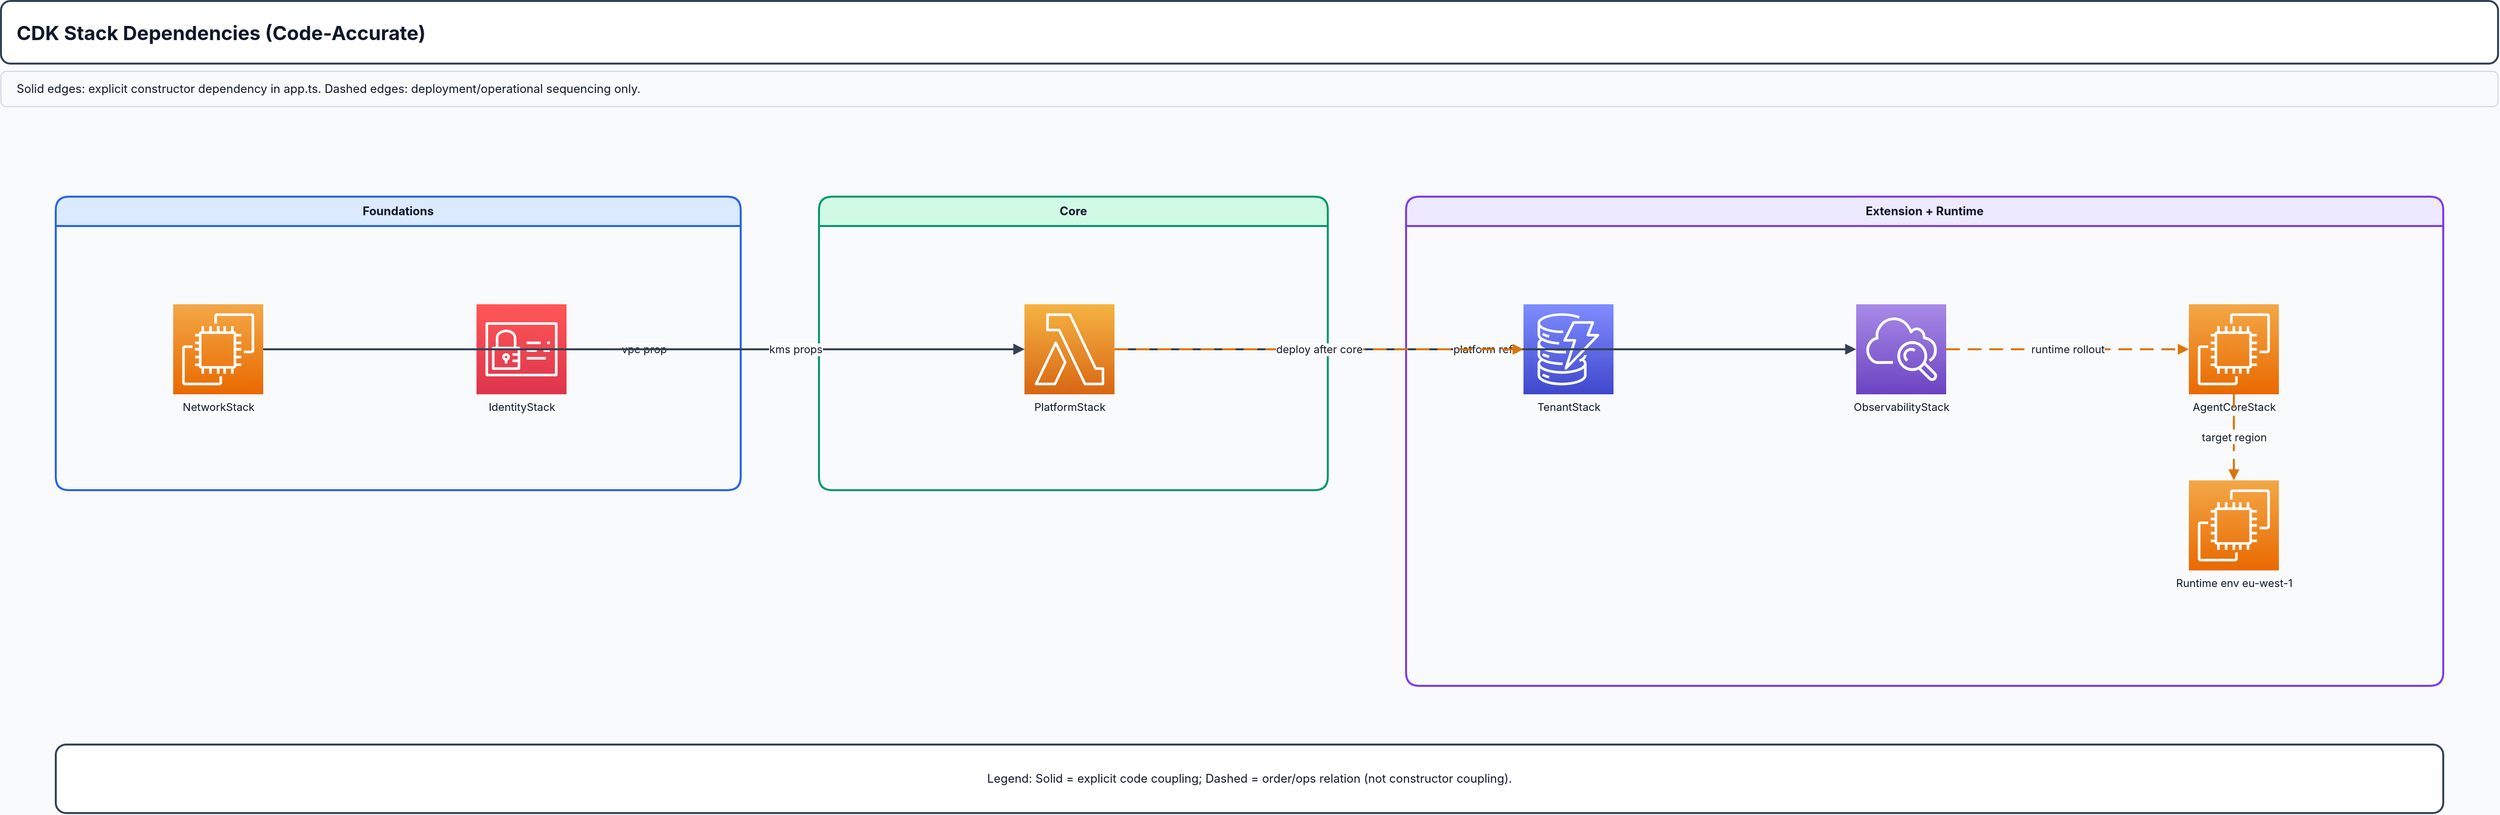
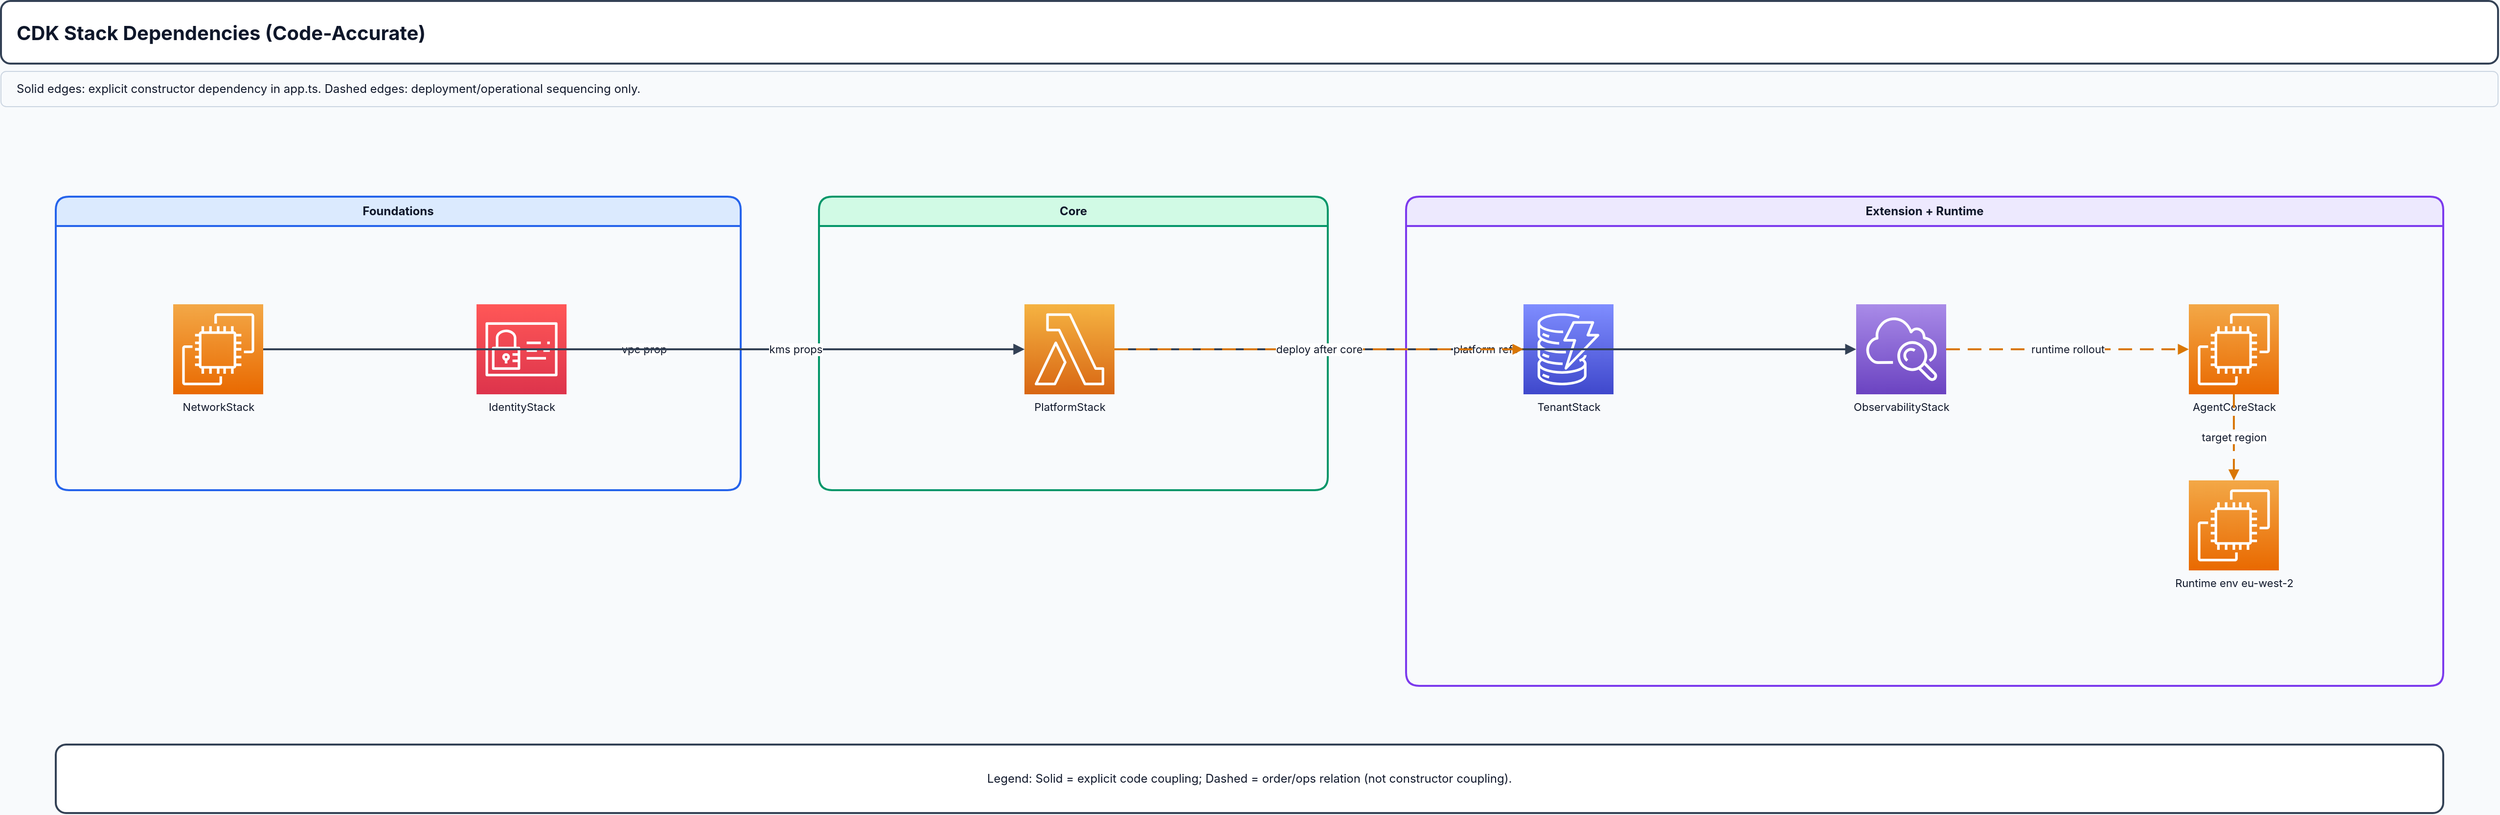
<?xml version="1.0" ?>
<mxfile host="app.diagrams.net" modified="2026-03-08T00:00:00.000Z" agent="Codex" version="26.0.0" compressed="false">
  <diagram id="tf_acore_aas_cdk_stack_dependencies" name="tf_acore_aas_cdk_stack_dependencies">
    <mxGraphModel dx="2200" dy="1400" grid="1" gridSize="8" guides="1" tooltips="1" connect="1" arrows="1" fold="1" page="1" pageScale="1" pageWidth="2600" pageHeight="1400" math="0" shadow="0" background="#F8FAFC">
      <root>
        <mxCell id="0"/>
        <mxCell id="1" parent="0"/>
        <mxCell id="t" value="CDK Stack Dependencies (Code-Accurate)" style="rounded=1;whiteSpace=wrap;html=1;fillColor=#FFFFFF;strokeColor=#334155;strokeWidth=2;fontStyle=1;fontSize=20;align=left;spacingLeft=14;fontFamily=Inter;fontColor=#0F172A;" vertex="1" parent="1">
          <mxGeometry x="24" y="20" width="2552" height="64" as="geometry"/>
        </mxCell>
        <mxCell id="s" value="Solid edges: explicit constructor dependency in app.ts. Dashed edges: deployment/operational sequencing only." style="rounded=1;whiteSpace=wrap;html=1;fillColor=#F8FAFC;strokeColor=#CBD5E1;fontSize=12;align=left;spacingLeft=14;fontFamily=Inter;fontColor=#0F172A;" vertex="1" parent="1">
          <mxGeometry x="24" y="92" width="2552" height="36" as="geometry"/>
        </mxCell>
        <mxCell id="foundation" value="Foundations" style="swimlane;startSize=30;rounded=1;whiteSpace=wrap;html=1;fillColor=#DBEAFE;strokeColor=#2563EB;strokeWidth=2;fontStyle=1;fontFamily=Inter;fontColor=#0F172A;" vertex="1" parent="1">
          <mxGeometry x="80" y="220" width="700" height="300" as="geometry"/>
        </mxCell>
        <mxCell id="network" value="NetworkStack" style="sketch=0;outlineConnect=0;fontColor=#1f2937;gradientColor=#F3A847;gradientDirection=north;fillColor=#E96900;strokeColor=#ffffff;dashed=0;verticalLabelPosition=bottom;verticalAlign=top;align=center;html=1;fontSize=11;fontStyle=0;aspect=fixed;shape=mxgraph.aws4.resourceIcon;resIcon=mxgraph.aws4.ec2;fontFamily=Inter;fontColor=#0F172A;" vertex="1" parent="foundation">
          <mxGeometry x="120" y="110" width="92" height="92" as="geometry"/>
        </mxCell>
        <mxCell id="identity" value="IdentityStack" style="sketch=0;outlineConnect=0;fontColor=#1f2937;gradientColor=#FF5757;gradientDirection=north;fillColor=#DD344C;strokeColor=#ffffff;dashed=0;verticalLabelPosition=bottom;verticalAlign=top;align=center;html=1;fontSize=11;fontStyle=0;aspect=fixed;shape=mxgraph.aws4.resourceIcon;resIcon=mxgraph.aws4.identity_and_access_management;fontFamily=Inter;fontColor=#0F172A;" vertex="1" parent="foundation">
          <mxGeometry x="430" y="110" width="92" height="92" as="geometry"/>
        </mxCell>
        <mxCell id="core" value="Core" style="swimlane;startSize=30;rounded=1;whiteSpace=wrap;html=1;fillColor=#D1FAE5;strokeColor=#059669;strokeWidth=2;fontStyle=1;fontFamily=Inter;fontColor=#0F172A;" vertex="1" parent="1">
          <mxGeometry x="860" y="220" width="520" height="300" as="geometry"/>
        </mxCell>
        <mxCell id="platform" value="PlatformStack" style="sketch=0;outlineConnect=0;fontColor=#1f2937;gradientColor=#F5B342;gradientDirection=north;fillColor=#D86613;strokeColor=#ffffff;dashed=0;verticalLabelPosition=bottom;verticalAlign=top;align=center;html=1;fontSize=11;fontStyle=0;aspect=fixed;shape=mxgraph.aws4.resourceIcon;resIcon=mxgraph.aws4.lambda;fontFamily=Inter;fontColor=#0F172A;" vertex="1" parent="core">
          <mxGeometry x="210" y="110" width="92" height="92" as="geometry"/>
        </mxCell>
        <mxCell id="ext" value="Extension + Runtime" style="swimlane;startSize=30;rounded=1;whiteSpace=wrap;html=1;fillColor=#EDE9FE;strokeColor=#7C3AED;strokeWidth=2;fontStyle=1;fontFamily=Inter;fontColor=#0F172A;" vertex="1" parent="1">
          <mxGeometry x="1460" y="220" width="1060" height="500" as="geometry"/>
        </mxCell>
        <mxCell id="tenant" value="TenantStack" style="sketch=0;outlineConnect=0;fontColor=#1f2937;gradientColor=#7F8DFF;gradientDirection=north;fillColor=#3F48CC;strokeColor=#ffffff;dashed=0;verticalLabelPosition=bottom;verticalAlign=top;align=center;html=1;fontSize=11;fontStyle=0;aspect=fixed;shape=mxgraph.aws4.resourceIcon;resIcon=mxgraph.aws4.dynamodb;fontFamily=Inter;fontColor=#0F172A;" vertex="1" parent="ext">
          <mxGeometry x="120" y="110" width="92" height="92" as="geometry"/>
        </mxCell>
        <mxCell id="obs" value="ObservabilityStack" style="sketch=0;outlineConnect=0;fontColor=#1f2937;gradientColor=#A98BE8;gradientDirection=north;fillColor=#6B43C1;strokeColor=#ffffff;dashed=0;verticalLabelPosition=bottom;verticalAlign=top;align=center;html=1;fontSize=11;fontStyle=0;aspect=fixed;shape=mxgraph.aws4.resourceIcon;resIcon=mxgraph.aws4.cloudwatch;fontFamily=Inter;fontColor=#0F172A;" vertex="1" parent="ext">
          <mxGeometry x="460" y="110" width="92" height="92" as="geometry"/>
        </mxCell>
        <mxCell id="agent" value="AgentCoreStack" style="sketch=0;outlineConnect=0;fontColor=#1f2937;gradientColor=#F3A847;gradientDirection=north;fillColor=#E96900;strokeColor=#ffffff;dashed=0;verticalLabelPosition=bottom;verticalAlign=top;align=center;html=1;fontSize=11;fontStyle=0;aspect=fixed;shape=mxgraph.aws4.resourceIcon;resIcon=mxgraph.aws4.ec2;fontFamily=Inter;fontColor=#0F172A;" vertex="1" parent="ext">
          <mxGeometry x="800" y="110" width="92" height="92" as="geometry"/>
        </mxCell>
        <mxCell id="runtime" value="Runtime env
- eu-west-1" style="sketch=0;outlineConnect=0;fontColor=#1f2937;gradientColor=#F3A847;gradientDirection=north;fillColor=#E96900;strokeColor=#ffffff;dashed=0;verticalLabelPosition=bottom;verticalAlign=top;align=center;html=1;fontSize=11;fontStyle=0;aspect=fixed;shape=mxgraph.aws4.resourceIcon;resIcon=mxgraph.aws4.ec2;fontFamily=Inter;fontColor=#0F172A;" vertex="1" parent="ext">
+ eu-west-2" style="sketch=0;outlineConnect=0;fontColor=#1f2937;gradientColor=#F3A847;gradientDirection=north;fillColor=#E96900;strokeColor=#ffffff;dashed=0;verticalLabelPosition=bottom;verticalAlign=top;align=center;html=1;fontSize=11;fontStyle=0;aspect=fixed;shape=mxgraph.aws4.resourceIcon;resIcon=mxgraph.aws4.ec2;fontFamily=Inter;fontColor=#0F172A;" vertex="1" parent="ext">
          <mxGeometry x="800" y="290" width="92" height="92" as="geometry"/>
        </mxCell>
        <mxCell id="legend" value="Legend: Solid = explicit code coupling; Dashed = order/ops relation (not constructor coupling)." style="rounded=1;whiteSpace=wrap;html=1;fillColor=#FFFFFF;strokeColor=#334155;strokeWidth=2;align=center;verticalAlign=middle;fontFamily=Inter;fontColor=#0F172A;" vertex="1" parent="1">
          <mxGeometry x="80" y="780" width="2440" height="70" as="geometry"/>
        </mxCell>
        <mxCell id="e1" value="vpc prop" style="edgeStyle=orthogonalEdgeStyle;rounded=1;html=1;jettySize=auto;endArrow=block;endFill=1;strokeWidth=2;strokeColor=#334155;fontSize=11;fontFamily=Inter;fontColor=#0F172A;" edge="1" source="network" target="platform" parent="1">
          <mxGeometry relative="1" as="geometry"/>
        </mxCell>
        <mxCell id="e2" value="kms props" style="edgeStyle=orthogonalEdgeStyle;rounded=1;html=1;jettySize=auto;endArrow=block;endFill=1;strokeWidth=2;strokeColor=#334155;fontSize=11;fontFamily=Inter;fontColor=#0F172A;" edge="1" source="identity" target="platform" parent="1">
          <mxGeometry relative="1" as="geometry"/>
        </mxCell>
        <mxCell id="e3" value="platform refs" style="edgeStyle=orthogonalEdgeStyle;rounded=1;html=1;jettySize=auto;endArrow=block;endFill=1;strokeWidth=2;strokeColor=#334155;fontSize=11;fontFamily=Inter;fontColor=#0F172A;" edge="1" source="platform" target="obs" parent="1">
          <mxGeometry relative="1" as="geometry"/>
        </mxCell>
        <mxCell id="e4" value="deploy after core" style="edgeStyle=orthogonalEdgeStyle;rounded=1;dashed=1;dashPattern=7 4;html=1;jettySize=auto;endArrow=block;endFill=1;strokeWidth=2;strokeColor=#D97706;fontSize=11;fontFamily=Inter;fontColor=#0F172A;" edge="1" source="platform" target="tenant" parent="1">
          <mxGeometry relative="1" as="geometry"/>
        </mxCell>
        <mxCell id="e5" value="runtime rollout" style="edgeStyle=orthogonalEdgeStyle;rounded=1;dashed=1;dashPattern=7 4;html=1;jettySize=auto;endArrow=block;endFill=1;strokeWidth=2;strokeColor=#D97706;fontSize=11;fontFamily=Inter;fontColor=#0F172A;" edge="1" source="obs" target="agent" parent="1">
          <mxGeometry relative="1" as="geometry"/>
        </mxCell>
        <mxCell id="e6" value="target region" style="edgeStyle=orthogonalEdgeStyle;rounded=1;dashed=1;dashPattern=7 4;html=1;jettySize=auto;endArrow=block;endFill=1;strokeWidth=2;strokeColor=#D97706;fontSize=11;fontFamily=Inter;fontColor=#0F172A;" edge="1" source="agent" target="runtime" parent="1">
          <mxGeometry relative="1" as="geometry"/>
        </mxCell>
      </root>
    </mxGraphModel>
  </diagram>
</mxfile>
